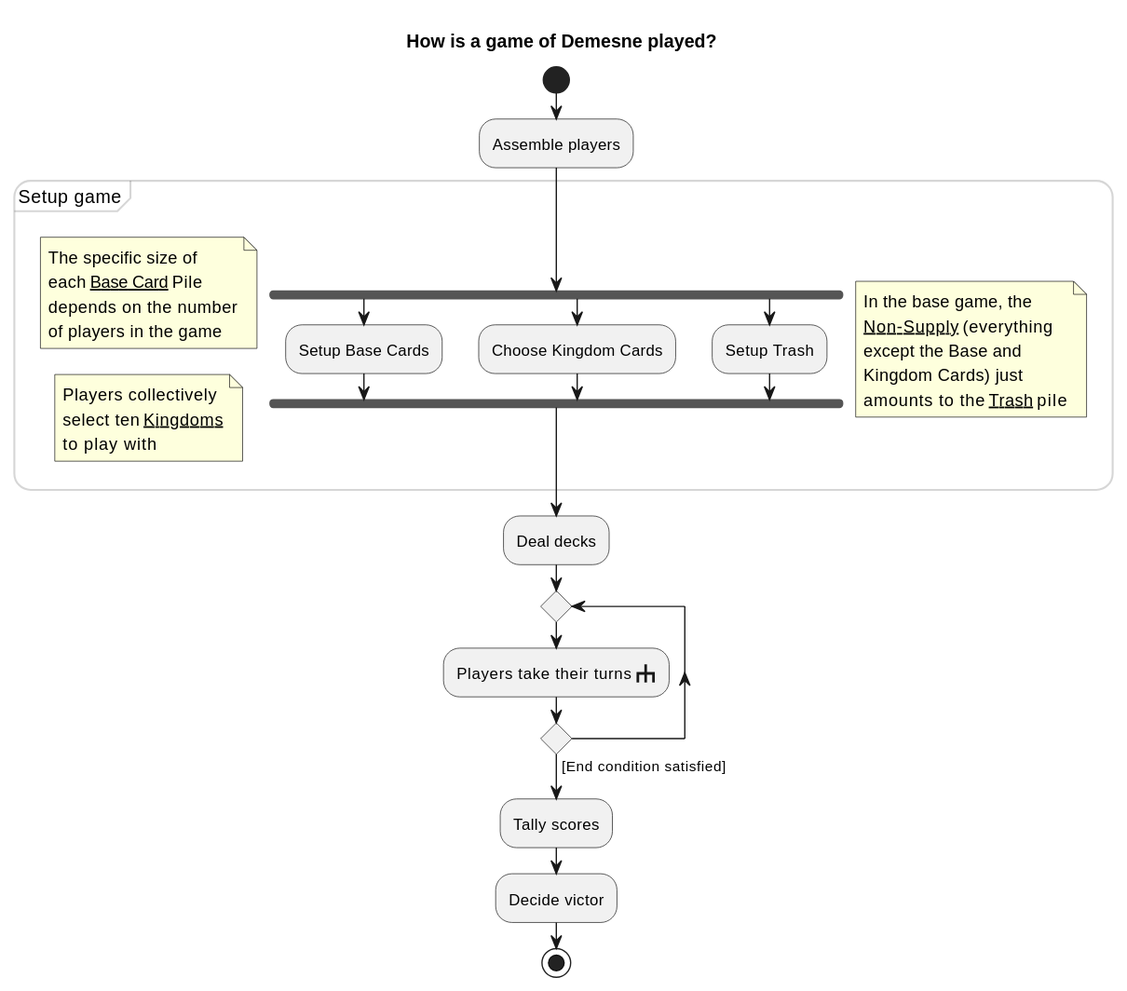
Before: diagrams/game-activity.svg, a diagram exported from PlantUML (qwwqe/demesne).
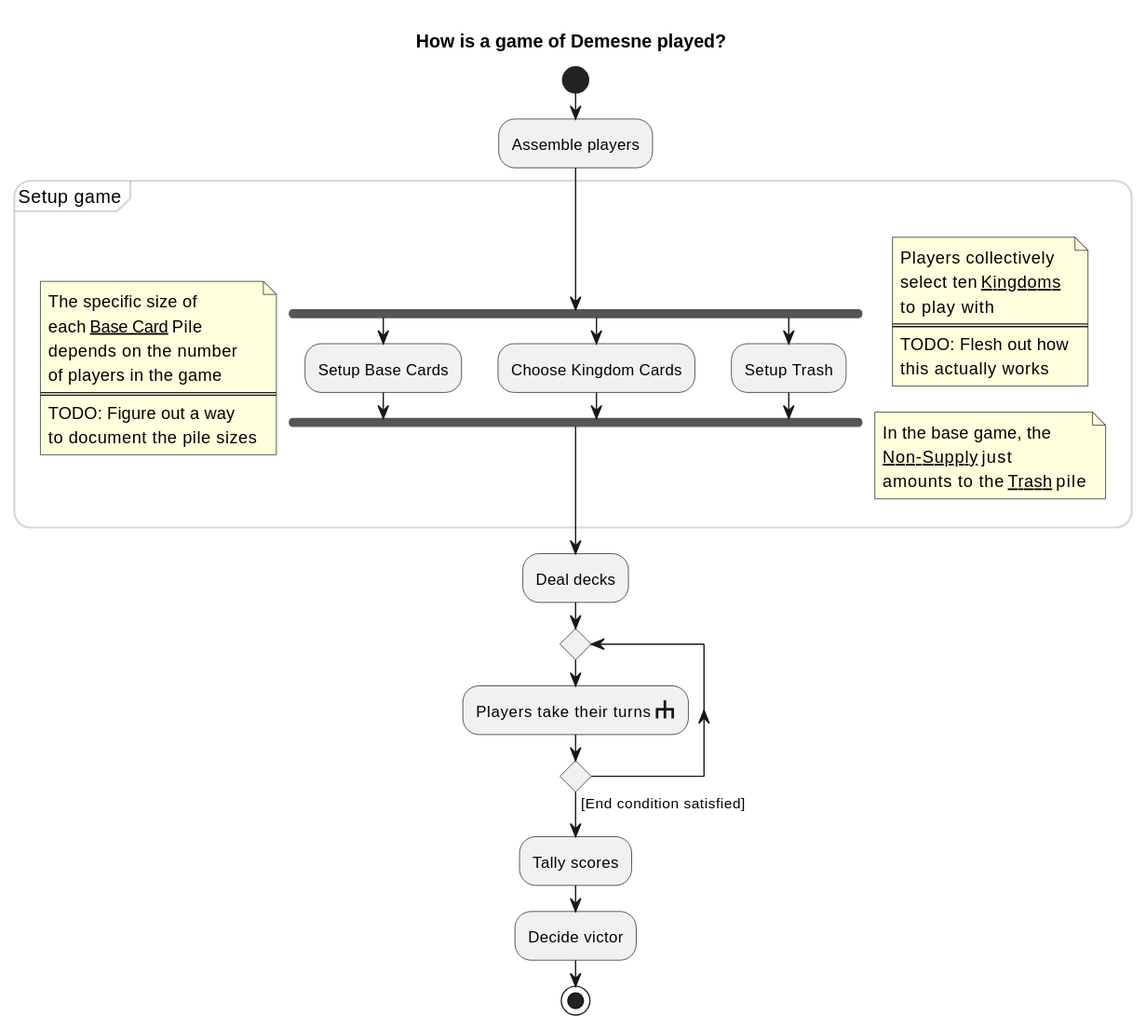
The same diagram one commit later.

Commit message:
Clean up notes and write a few todos

What changed in the source:
```diff
@@ -1,6 +1,7 @@
 @startuml
 title How is a game of Demesne played?
 skinparam hyperlinkColor black
+skinparam hyperlinkUnderline false
 
 !include sprites/uml.puml
 
@@ -31,20 +32,36 @@
 
 end fork
 
-floating note left: The specific size of\neach [[base-card-class.puml {Base Cards} Base Card]] Pile\ndepends on the number\nof players in the game
+note left
+     The specific size of
+     each ~~[[base-card-class.puml {Base Cards} Base Card]]~~ Pile
+     depends on the number
+     of players in the game
+     ====
+     TODO: Figure out a way
+     to document the pile sizes
+end note
 
-floating note left: Players collectively\nselect ten [[kingdom-card-class.puml {Kingdom Cards} Kingdoms]]\nto play with
+note right
+     Players collectively
+     select ten ~~[[kingdom-card-class.puml {Kingdom Cards} Kingdoms]]~~
+     to play with
+     ====
+     TODO: Flesh out how
+     this actually works
+end note
 
-
-floating note right: In the base game, the\n[[non-supply-class.puml {Non-Supply} Non-Supply]] (everything\nexcept the Base and\nKingdom Cards) just\namounts to the [[trash-pile-class.puml {Trash} Trash]] pile
-
+note right
+     In the base game, the
+     ~~[[non-supply-class.puml {Non-Supply} Non-Supply]]~~ just
+     amounts to the ~~[[trash-pile-class.puml {Trash} Trash]]~~ pile
+end note
 }
-
 
 :Deal decks;
 
 repeat
-    :Players take their turns [[turn-activity.puml {How is a turn played?} <$subactivity_rake>]];
+    :[[turn-activity.puml {How is a turn played?} Players take their turns <$subactivity_rake>]];
 repeat while () not ([End condition satisfied])
 
 :Tally scores;
```
